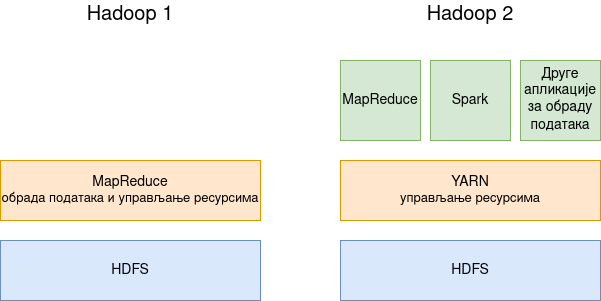
Earlier version of the draw.io export thesis_serbian/master-thesis-tex-source/pictures/mr_yarn_hadoop_versions.png (davgav123/geo-locator). Source tidied: cells renumbered, new cells last; positions are measured from the earlier drawing's top-left corner, leaving out a move shared by most shapes.
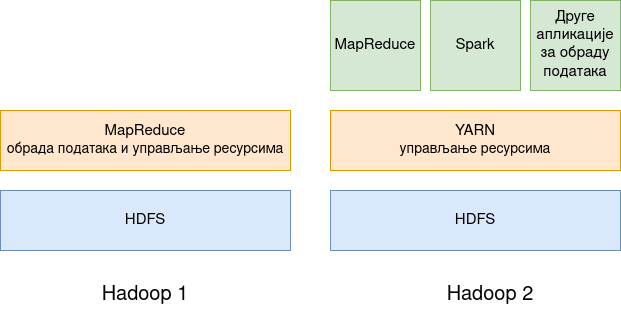
The same diagram one commit later.

The edit, as a diff of the source:
```diff
@@ -2,32 +2,32 @@
   <root>
     <mxCell id="0" />
     <mxCell id="1" parent="0" />
-    <mxCell id="2" value="&lt;div style=&quot;font-size: 14px&quot;&gt;&lt;font style=&quot;font-size: 14px&quot;&gt;MapReduce&lt;/font&gt;&lt;/div&gt;&lt;div style=&quot;font-size: 13px;&quot;&gt;обрада података и управљање ресурсима&lt;font style=&quot;font-size: 14px&quot;&gt;&lt;br&gt;&lt;/font&gt;&lt;/div&gt;" style="rounded=0;whiteSpace=wrap;html=1;fillColor=#ffe6cc;strokeColor=#d79b00;" parent="1" vertex="1">
-      <mxGeometry y="160" width="260" height="60" as="geometry" />
+    <mxCell id="2" value="&lt;div style=&quot;font-size: 15px;&quot;&gt;&lt;font style=&quot;font-size: 15px;&quot;&gt;MapReduce&lt;/font&gt;&lt;/div&gt;&lt;div style=&quot;font-size: 14px;&quot;&gt;&lt;font style=&quot;font-size: 14px;&quot;&gt;обрада података и управљање ресурсима&lt;font style=&quot;font-size: 15px;&quot;&gt;&lt;br&gt;&lt;/font&gt;&lt;/font&gt;&lt;/div&gt;" style="rounded=0;whiteSpace=wrap;html=1;fillColor=#ffe6cc;strokeColor=#d79b00;" parent="1" vertex="1">
+      <mxGeometry x="-20" y="160" width="290" height="60" as="geometry" />
     </mxCell>
-    <mxCell id="3" value="&lt;font style=&quot;font-size: 14px&quot;&gt;HDFS&lt;/font&gt;" style="rounded=0;whiteSpace=wrap;html=1;fillColor=#dae8fc;strokeColor=#6c8ebf;" parent="1" vertex="1">
-      <mxGeometry y="240" width="260" height="60" as="geometry" />
+    <mxCell id="3" value="&lt;font style=&quot;font-size: 15px;&quot;&gt;HDFS&lt;/font&gt;" style="rounded=0;whiteSpace=wrap;html=1;fillColor=#dae8fc;strokeColor=#6c8ebf;" parent="1" vertex="1">
+      <mxGeometry x="-20" y="240" width="290" height="60" as="geometry" />
     </mxCell>
-    <mxCell id="4" value="&lt;div style=&quot;font-size: 14px&quot;&gt;&lt;font style=&quot;font-size: 14px&quot;&gt;YARN&lt;/font&gt;&lt;/div&gt;&lt;div style=&quot;font-size: 13px;&quot;&gt;управљање ресурсима&lt;font style=&quot;font-size: 14px&quot;&gt;&lt;br&gt;&lt;/font&gt;&lt;/div&gt;" style="rounded=0;whiteSpace=wrap;html=1;fillColor=#ffe6cc;strokeColor=#d79b00;" parent="1" vertex="1">
-      <mxGeometry x="340" y="160" width="260" height="60" as="geometry" />
+    <mxCell id="4" value="&lt;div style=&quot;font-size: 15px;&quot;&gt;&lt;font style=&quot;font-size: 15px;&quot;&gt;YARN&lt;/font&gt;&lt;/div&gt;&lt;div style=&quot;font-size: 14px;&quot;&gt;&lt;font style=&quot;font-size: 14px;&quot;&gt;управљање ресурсима&lt;font style=&quot;font-size: 15px;&quot;&gt;&lt;br&gt;&lt;/font&gt;&lt;/font&gt;&lt;/div&gt;" style="rounded=0;whiteSpace=wrap;html=1;fillColor=#ffe6cc;strokeColor=#d79b00;" parent="1" vertex="1">
+      <mxGeometry x="310" y="160" width="290" height="60" as="geometry" />
     </mxCell>
-    <mxCell id="5" value="&lt;font style=&quot;font-size: 14px&quot;&gt;HDFS&lt;/font&gt;" style="rounded=0;whiteSpace=wrap;html=1;fillColor=#dae8fc;strokeColor=#6c8ebf;" parent="1" vertex="1">
-      <mxGeometry x="340" y="240" width="260" height="60" as="geometry" />
+    <mxCell id="5" value="&lt;font style=&quot;font-size: 15px;&quot;&gt;HDFS&lt;/font&gt;" style="rounded=0;whiteSpace=wrap;html=1;fillColor=#dae8fc;strokeColor=#6c8ebf;" parent="1" vertex="1">
+      <mxGeometry x="310" y="240" width="290" height="60" as="geometry" />
     </mxCell>
-    <mxCell id="6" value="&lt;font style=&quot;font-size: 14px&quot;&gt;MapReduce&lt;/font&gt;" style="whiteSpace=wrap;html=1;fillColor=#d5e8d4;strokeColor=#82b366;" parent="1" vertex="1">
-      <mxGeometry x="340" y="60" width="80" height="80" as="geometry" />
+    <mxCell id="6" value="&lt;font style=&quot;font-size: 15px;&quot;&gt;MapReduce&lt;/font&gt;" style="whiteSpace=wrap;html=1;fillColor=#d5e8d4;strokeColor=#82b366;" parent="1" vertex="1">
+      <mxGeometry x="310" y="50" width="90" height="90" as="geometry" />
     </mxCell>
-    <mxCell id="7" value="&lt;font style=&quot;font-size: 14px&quot;&gt;Spark&lt;/font&gt;" style="whiteSpace=wrap;html=1;fillColor=#d5e8d4;strokeColor=#82b366;" parent="1" vertex="1">
-      <mxGeometry x="430" y="60" width="80" height="80" as="geometry" />
+    <mxCell id="7" value="&lt;font style=&quot;font-size: 15px;&quot;&gt;Spark&lt;/font&gt;" style="whiteSpace=wrap;html=1;fillColor=#d5e8d4;strokeColor=#82b366;" parent="1" vertex="1">
+      <mxGeometry x="410" y="50" width="90" height="90" as="geometry" />
     </mxCell>
-    <mxCell id="8" value="&lt;font style=&quot;font-size: 14px;&quot;&gt;&lt;font style=&quot;font-size: 14px;&quot;&gt;Друге апликације за обраду података&lt;/font&gt;&lt;font style=&quot;font-size: 16px;&quot;&gt;&lt;br&gt;&lt;/font&gt;&lt;/font&gt;" style="whiteSpace=wrap;html=1;fillColor=#d5e8d4;strokeColor=#82b366;" parent="1" vertex="1">
-      <mxGeometry x="520" y="60" width="80" height="80" as="geometry" />
+    <mxCell id="8" value="&lt;font style=&quot;font-size: 15px;&quot;&gt;&lt;font style=&quot;font-size: 15px;&quot;&gt;Друге апликације за обраду података&lt;/font&gt;&lt;font style=&quot;font-size: 16px;&quot;&gt;&lt;br&gt;&lt;/font&gt;&lt;/font&gt;" style="whiteSpace=wrap;html=1;fillColor=#d5e8d4;strokeColor=#82b366;" parent="1" vertex="1">
+      <mxGeometry x="510" y="50" width="90" height="90" as="geometry" />
     </mxCell>
     <mxCell id="9" value="&lt;font style=&quot;font-size: 20px&quot;&gt;Hadoop 1&lt;/font&gt;" style="text;html=1;strokeColor=none;fillColor=none;align=center;verticalAlign=middle;whiteSpace=wrap;rounded=0;" parent="1" vertex="1">
-      <mxGeometry x="75" width="110" height="30" as="geometry" />
+      <mxGeometry x="70" y="330" width="110" height="30" as="geometry" />
     </mxCell>
     <mxCell id="10" value="&lt;font style=&quot;font-size: 20px&quot;&gt;Hadoop 2&lt;br&gt;&lt;/font&gt;" style="text;html=1;strokeColor=none;fillColor=none;align=center;verticalAlign=middle;whiteSpace=wrap;rounded=0;" parent="1" vertex="1">
-      <mxGeometry x="410" width="120" height="30" as="geometry" />
+      <mxGeometry x="410" y="330" width="120" height="30" as="geometry" />
     </mxCell>
   </root>
 </mxGraphModel>
```
